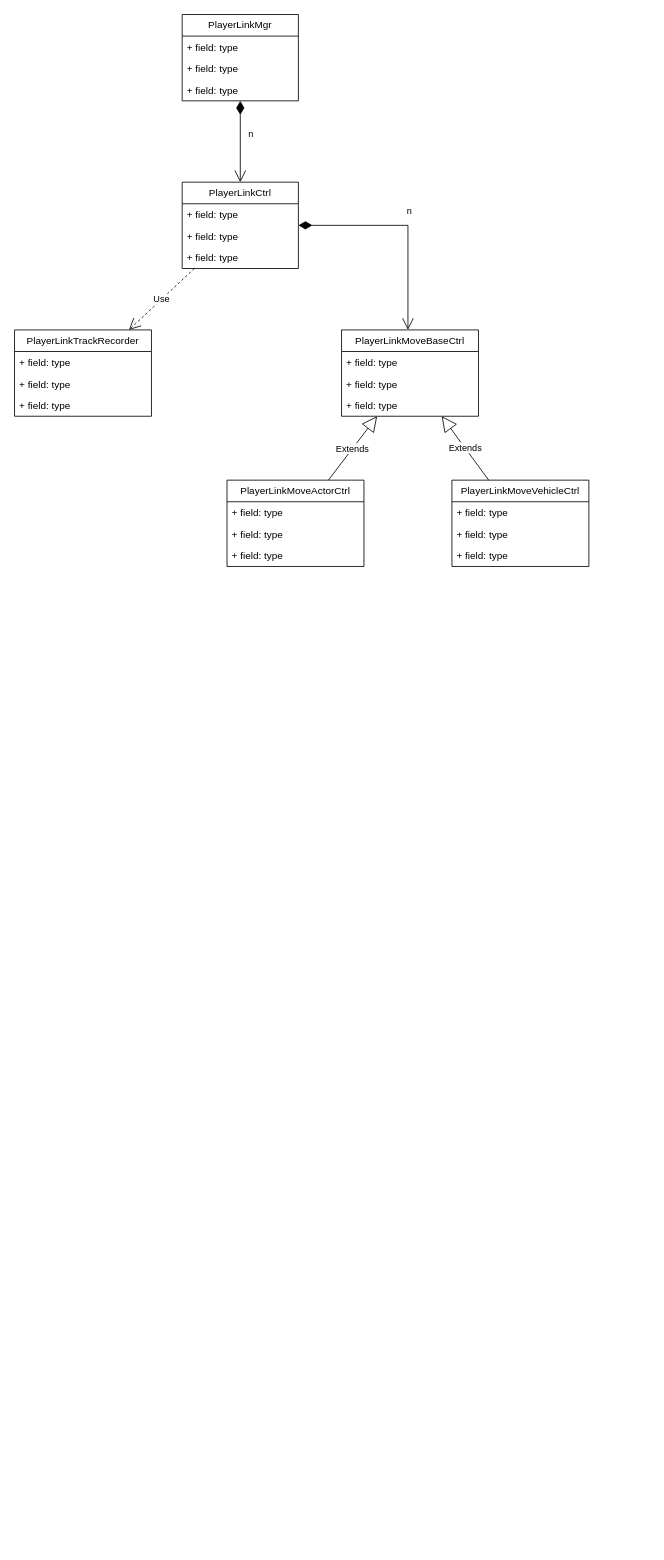
uniHk/UniverseofHK.github.io keeps this draw.io diagram as 大世界.drawio. Above is the earlier version. Source tidied: cells renumbered, new cells numbered last; positions are measured from the earlier drawing's top-left corner, leaving out a move shared by most shapes. Both pictures are drawn from the tidied source at 83%, with x=0, y=0 at pixel (14, 14).
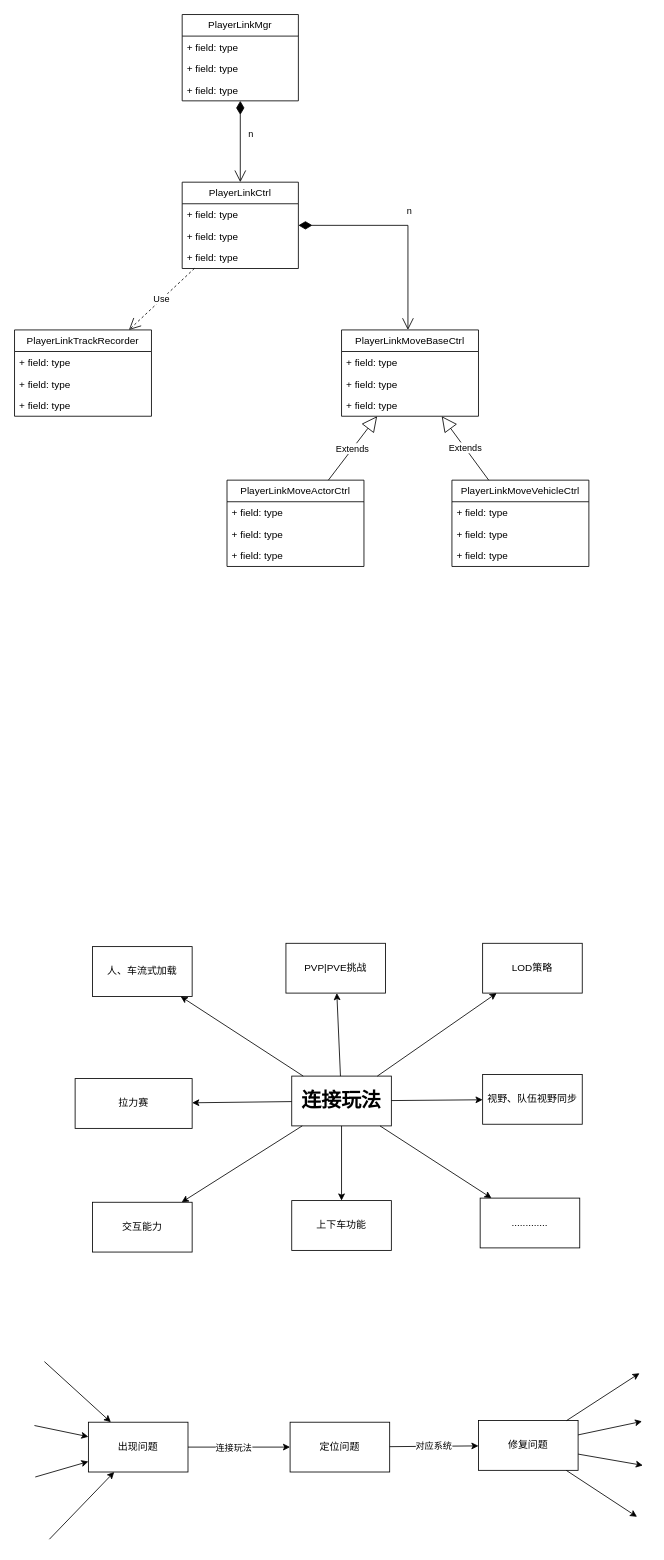
Above is the later version.

Commit message:
更新大世界.drawio

The edit, as a diff of the source:
```diff
@@
+    <mxCell id="31" value="&lt;font style=&quot;font-size: 24px;&quot;&gt;&lt;b&gt;连接玩法&lt;/b&gt;&lt;/font&gt;" style="rounded=0;whiteSpace=wrap;html=1;" parent="1" vertex="1">
+      <mxGeometry x="334" y="1279" width="120" height="60" as="geometry" />
+    </mxCell>
+    <mxCell id="32" value="人、车流式加载" style="rounded=0;whiteSpace=wrap;html=1;" parent="1" vertex="1">
+      <mxGeometry x="94" y="1123" width="120" height="60" as="geometry" />
+    </mxCell>
+    <mxCell id="33" value="PVP|PVE挑战" style="rounded=0;whiteSpace=wrap;html=1;" parent="1" vertex="1">
+      <mxGeometry x="327" y="1119" width="120" height="60" as="geometry" />
+    </mxCell>
+    <mxCell id="34" value="LOD策略" style="rounded=0;whiteSpace=wrap;html=1;" parent="1" vertex="1">
+      <mxGeometry x="564" y="1119" width="120" height="60" as="geometry" />
+    </mxCell>
+    <mxCell id="35" value="视野、队伍视野同步" style="rounded=0;whiteSpace=wrap;html=1;" parent="1" vertex="1">
+      <mxGeometry x="564" y="1277" width="120" height="60" as="geometry" />
+    </mxCell>
+    <mxCell id="36" value="............." style="rounded=0;whiteSpace=wrap;html=1;" parent="1" vertex="1">
+      <mxGeometry x="561" y="1426" width="120" height="60" as="geometry" />
+    </mxCell>
+    <mxCell id="37" value="上下车功能" style="rounded=0;whiteSpace=wrap;html=1;" parent="1" vertex="1">
+      <mxGeometry x="334" y="1429" width="120" height="60" as="geometry" />
+    </mxCell>
+    <mxCell id="38" value="交互能力" style="rounded=0;whiteSpace=wrap;html=1;" parent="1" vertex="1">
+      <mxGeometry x="94" y="1431" width="120" height="60" as="geometry" />
+    </mxCell>
+    <mxCell id="39" value="拉力赛" style="rounded=0;whiteSpace=wrap;html=1;" parent="1" vertex="1">
+      <mxGeometry x="73" y="1282" width="141" height="60" as="geometry" />
+    </mxCell>
+    <mxCell id="40" style="endArrow=classic;html=1;rounded=0;" parent="1" edge="1" source="31" target="32">
+      <mxGeometry relative="1" as="geometry" />
+    </mxCell>
+    <mxCell id="41" style="endArrow=classic;html=1;rounded=0;" parent="1" edge="1" source="31" target="33">
+      <mxGeometry relative="1" as="geometry" />
+    </mxCell>
+    <mxCell id="42" style="endArrow=classic;html=1;rounded=0;" parent="1" edge="1" source="31" target="34">
+      <mxGeometry relative="1" as="geometry" />
+    </mxCell>
+    <mxCell id="43" style="endArrow=classic;html=1;rounded=0;" parent="1" edge="1" source="31" target="35">
+      <mxGeometry relative="1" as="geometry" />
+    </mxCell>
+    <mxCell id="44" style="endArrow=classic;html=1;rounded=0;" parent="1" edge="1" source="31" target="36">
+      <mxGeometry relative="1" as="geometry" />
+    </mxCell>
+    <mxCell id="45" style="endArrow=classic;html=1;rounded=0;" parent="1" edge="1" source="31" target="37">
+      <mxGeometry relative="1" as="geometry" />
+    </mxCell>
+    <mxCell id="46" style="endArrow=classic;html=1;rounded=0;" parent="1" edge="1" source="31" target="38">
+      <mxGeometry relative="1" as="geometry" />
+    </mxCell>
+    <mxCell id="47" style="endArrow=classic;html=1;rounded=0;" parent="1" edge="1" source="31" target="39">
+      <mxGeometry relative="1" as="geometry" />
+    </mxCell>
+    <mxCell id="48" value="出现问题" style="rounded=0;whiteSpace=wrap;html=1;" parent="1" vertex="1">
+      <mxGeometry x="89" y="1696" width="120" height="60" as="geometry" />
+    </mxCell>
+    <mxCell id="49" value="定位问题" style="rounded=0;whiteSpace=wrap;html=1;" parent="1" vertex="1">
+      <mxGeometry x="332" y="1696" width="120" height="60" as="geometry" />
+    </mxCell>
+    <mxCell id="50" value="修复问题" style="rounded=0;whiteSpace=wrap;html=1;" parent="1" vertex="1">
+      <mxGeometry x="559" y="1694" width="120" height="60" as="geometry" />
+    </mxCell>
+    <mxCell id="51" style="endArrow=classic;html=1;rounded=0;" parent="1" edge="1" source="48" target="49">
+      <mxGeometry relative="1" as="geometry" />
+    </mxCell>
+    <mxCell id="52" value="连接玩法" style="edgeLabel;html=1;align=center;verticalAlign=middle;" parent="51" vertex="1">
+      <mxGeometry x="-0.12" relative="1" as="geometry" />
+    </mxCell>
+    <mxCell id="53" style="endArrow=classic;html=1;rounded=0;" parent="1" edge="1" source="49" target="50">
+      <mxGeometry relative="1" as="geometry" />
+    </mxCell>
+    <mxCell id="54" value="对应系统" style="edgeLabel;html=1;align=center;verticalAlign=middle;" parent="53" vertex="1">
+      <mxGeometry x="-0.01" y="1" relative="1" as="geometry" />
+    </mxCell>
+    <mxCell id="55" style="endArrow=classic;html=1;rounded=0;" parent="1" edge="1" target="48">
+      <mxGeometry relative="1" as="geometry">
+        <mxPoint x="36" y="1623" as="sourcePoint" />
+      </mxGeometry>
+    </mxCell>
+    <mxCell id="56" style="endArrow=classic;html=1;rounded=0;" parent="1" edge="1" target="48">
+      <mxGeometry relative="1" as="geometry">
+        <mxPoint x="24" y="1700" as="sourcePoint" />
+      </mxGeometry>
+    </mxCell>
+    <mxCell id="57" style="endArrow=classic;html=1;rounded=0;" parent="1" edge="1" target="48">
+      <mxGeometry relative="1" as="geometry">
+        <mxPoint x="25" y="1762" as="sourcePoint" />
+      </mxGeometry>
+    </mxCell>
+    <mxCell id="58" style="endArrow=classic;html=1;rounded=0;" parent="1" edge="1" target="48">
+      <mxGeometry relative="1" as="geometry">
+        <mxPoint x="42" y="1837" as="sourcePoint" />
+      </mxGeometry>
+    </mxCell>
+    <mxCell id="59" style="endArrow=classic;html=1;rounded=0;" parent="1" edge="1" source="50">
+      <mxGeometry relative="1" as="geometry">
+        <mxPoint x="753" y="1637" as="targetPoint" />
+      </mxGeometry>
+    </mxCell>
+    <mxCell id="60" style="endArrow=classic;html=1;rounded=0;" parent="1" edge="1" source="50">
+      <mxGeometry relative="1" as="geometry">
+        <mxPoint x="756" y="1695" as="targetPoint" />
+      </mxGeometry>
+    </mxCell>
+    <mxCell id="61" style="endArrow=classic;html=1;rounded=0;" parent="1" edge="1" source="50">
+      <mxGeometry relative="1" as="geometry">
+        <mxPoint x="757" y="1748" as="targetPoint" />
+      </mxGeometry>
+    </mxCell>
+    <mxCell id="62" style="endArrow=classic;html=1;rounded=0;" parent="1" edge="1" source="50">
+      <mxGeometry relative="1" as="geometry">
+        <mxPoint x="750" y="1810" as="targetPoint" />
+      </mxGeometry>
+    </mxCell>
```
